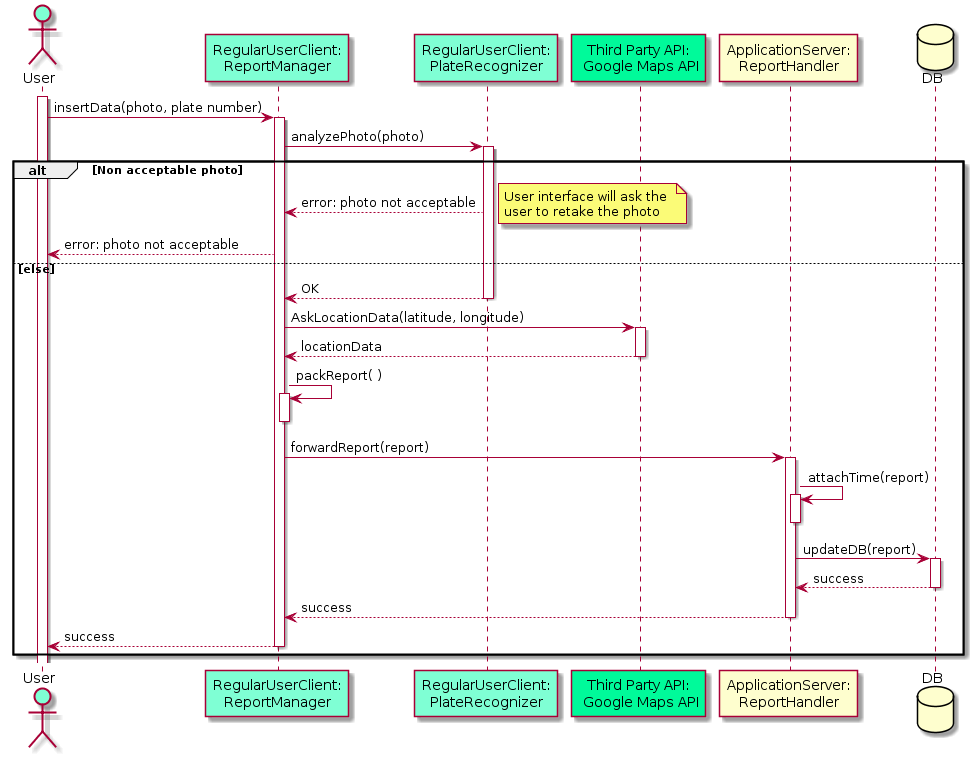
Earlier version of the PlantUML export DD/Images/seqDiag_ReportSignal.png (fafrullo2/PanzeriPeruginiPipita).
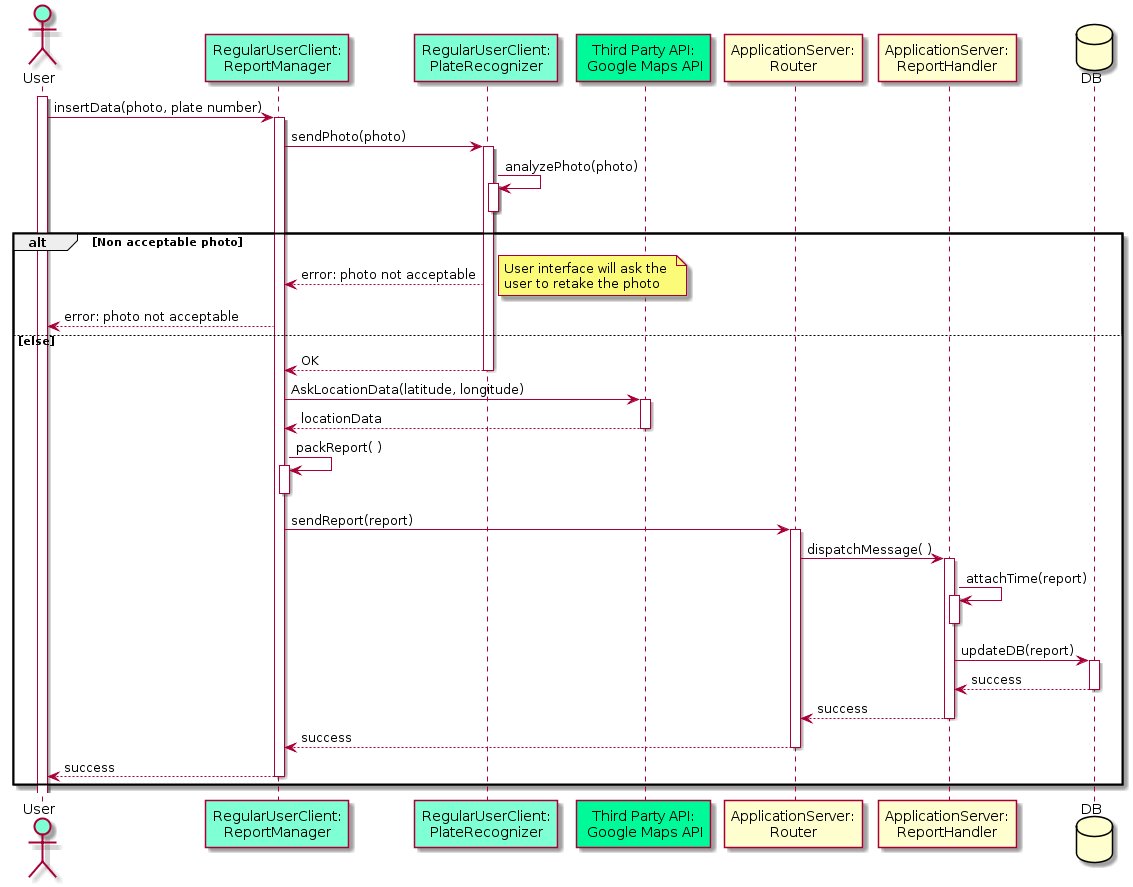
After the commit.

Commit message:
Fixed router behaviour in sequence diagrams, minor fixes

What changed in the source:
```diff
@@ -3,15 +3,20 @@
 participant ReportManager as "RegularUserClient:\nReportManager" order 20 #Aquamarine
 participant PlateRecognizer as "RegularUserClient:\nPlateRecognizer" order 30 #Aquamarine
 participant MapsAPI as "Third Party API:\n Google Maps API" order 40 #MediumSpringGreen
-participant ReportHandler as "ApplicationServer:\nReportHandler" order 50
-database DB order 60
+participant Router as "ApplicationServer:\nRouter" order 50
+participant ReportHandler as "ApplicationServer:\nReportHandler" order 60
+database DB order 70
 
 activate User
 User -> ReportManager : insertData(photo, plate number)
 activate ReportManager
 
-ReportManager -> PlateRecognizer: analyzePhoto(photo)
+ReportManager -> PlateRecognizer: sendPhoto(photo)
 activate PlateRecognizer
+
+PlateRecognizer -> PlateRecognizer: analyzePhoto(photo)
+activate PlateRecognizer
+deactivate PlateRecognizer
 
 alt Non acceptable photo
     ReportManager <-- PlateRecognizer: error: photo not acceptable
@@ -30,7 +35,10 @@
     activate ReportManager
     deactivate ReportManager
 
-    ReportManager -> ReportHandler : forwardReport(report)
+    ReportManager -> Router : sendReport(report)
+    activate Router
+
+    Router -> ReportHandler: dispatchMessage( )
     activate ReportHandler
 
     ReportHandler -> ReportHandler: attachTime(report)
@@ -42,5 +50,6 @@
         return success
         return success
         return success
+        return success
 end
 @enduml
```
